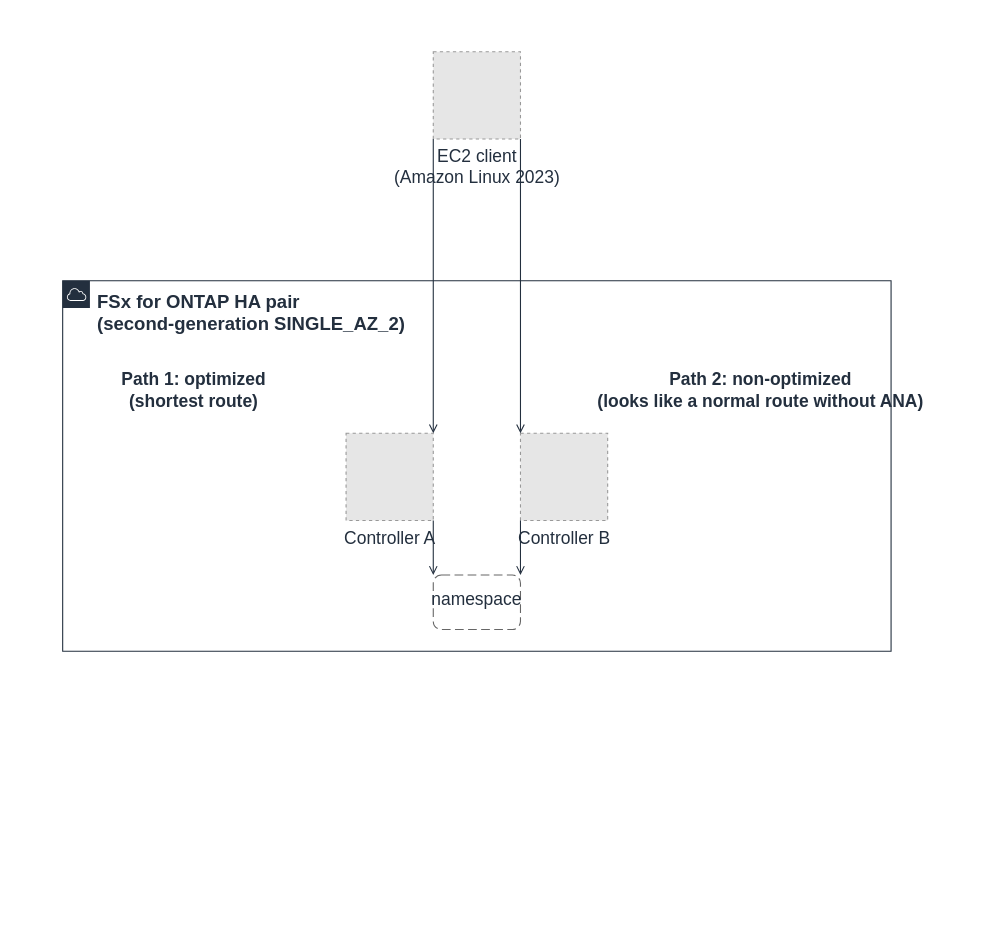
Earlier version of the draw.io diagram docs/_assets/diagrams/s3burst-block-b-multipath-en.drawio (Yoshiki0705/S3-Burst-on-ONTAP-Files). Source tidied: cells renumbered, new cells numbered last; positions are measured from the earlier drawing's top-left corner, leaving out a move shared by most shapes. Both pictures are drawn from the tidied source at 109%, with x=0, y=0 at pixel (40, 51). Pictures stored in the file or linked from it are replaced by grey dashed boxes.
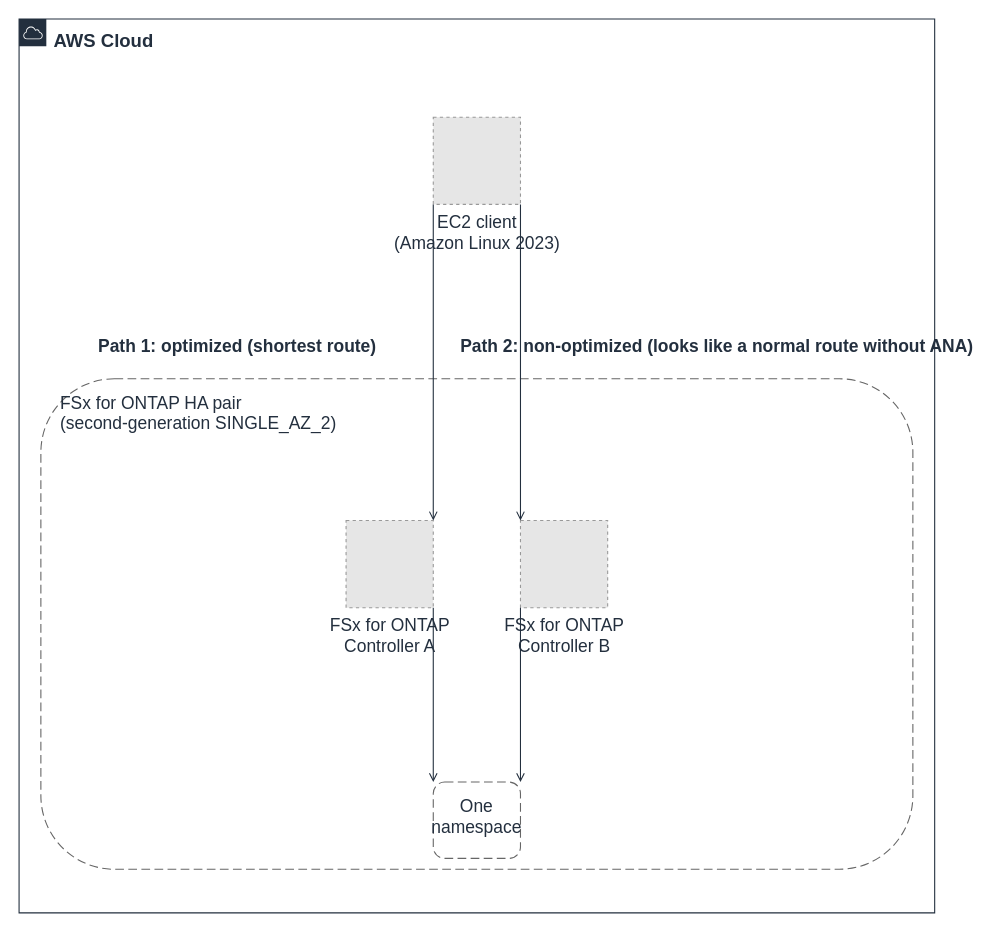
The same diagram, later.

Diff of the diagram source:
```diff
@@
 <mxGraphModel>
   <root>
     <mxCell id="0" />
     <mxCell id="1" parent="0" />
+    <mxCell id="13" value="AWS Cloud" style="gradientColor=none;html=1;whiteSpace=wrap;fontSize=17;fontStyle=1;fontColor=#232F3E;shape=mxgraph.aws4.group;grIcon=mxgraph.aws4.group_aws_cloud;strokeColor=#232F3E;fillColor=none;verticalAlign=top;align=left;spacingLeft=30;spacingTop=4;dashed=0;" parent="1" vertex="1">
+      <mxGeometry x="-20" y="-30" width="840" height="820" as="geometry" />
+    </mxCell>
-    <mxCell id="2" value="FSx for ONTAP HA pair&#10;(second-generation SINGLE_AZ_2)" style="gradientColor=none;html=1;whiteSpace=wrap;fontSize=17;fontStyle=1;fontColor=#232F3E;shape=mxgraph.aws4.group;grIcon=mxgraph.aws4.group_aws_cloud;strokeColor=#232F3E;fillColor=none;verticalAlign=top;align=left;spacingLeft=30;spacingTop=4;dashed=0;" parent="1" vertex="1">
-      <mxGeometry x="20" y="210" width="760" height="340" as="geometry" />
+    <mxCell id="2" value="FSx for ONTAP HA pair&#10;(second-generation SINGLE_AZ_2)" style="rounded=1;whiteSpace=wrap;html=1;dashed=1;dashPattern=8 4;strokeColor=#666666;fillColor=none;fontColor=#232F3E;fontSize=16;verticalAlign=top;align=left;spacingTop=6;spacingLeft=16;" parent="1" vertex="1">
+      <mxGeometry y="300" width="800" height="450" as="geometry" />
     </mxCell>
-    <mxCell id="3" value="namespace" style="rounded=1;whiteSpace=wrap;html=1;dashed=1;dashPattern=8 4;strokeColor=#666666;fillColor=none;fontColor=#232F3E;fontSize=16;verticalAlign=top;align=center;spacingTop=6;" parent="1" vertex="1">
-      <mxGeometry x="360" y="480" width="80" height="50" as="geometry" />
+    <mxCell id="3" value="One namespace" style="rounded=1;whiteSpace=wrap;html=1;dashed=1;dashPattern=8 4;strokeColor=#666666;fillColor=none;fontColor=#232F3E;fontSize=16;verticalAlign=top;align=center;spacingTop=6;" parent="1" vertex="1">
+      <mxGeometry x="360" y="670" width="80" height="70" as="geometry" />
     </mxCell>
-    <mxCell id="4" value="Path 1: optimized&#10;(shortest route)" style="text;html=1;strokeColor=none;fillColor=none;align=center;verticalAlign=middle;fontSize=16;fontStyle=1;fontColor=#232F3E;" parent="1" vertex="1">
-      <mxGeometry y="290" width="280" height="40" as="geometry" />
+    <mxCell id="4" value="Path 1: optimized (shortest route)" style="text;html=1;strokeColor=none;fillColor=none;align=center;verticalAlign=middle;fontSize=16;fontStyle=1;fontColor=#232F3E;" parent="1" vertex="1">
+      <mxGeometry x="-20" y="250" width="400" height="40" as="geometry" />
     </mxCell>
-    <mxCell id="5" value="Path 2: non-optimized&#10;(looks like a normal route without ANA)" style="text;html=1;strokeColor=none;fillColor=none;align=center;verticalAlign=middle;fontSize=16;fontStyle=1;fontColor=#232F3E;" parent="1" vertex="1">
-      <mxGeometry x="520" y="290" width="280" height="40" as="geometry" />
+    <mxCell id="5" value="Path 2: non-optimized (looks like a normal route without ANA)" style="text;html=1;strokeColor=none;fillColor=none;align=center;verticalAlign=middle;fontSize=16;fontStyle=1;fontColor=#232F3E;" parent="1" vertex="1">
+      <mxGeometry x="420" y="250" width="400" height="40" as="geometry" />
     </mxCell>
     <mxCell id="6" value="EC2 client&#10;(Amazon Linux 2023)" style="fillColor=#E6E6E6;strokeColor=#999999;dashed=1;html=1;verticalLabelPosition=bottom;verticalAlign=top;labelPosition=center;align=center;fontSize=16;fontColor=#232F3E;" parent="1" vertex="1">
-      <mxGeometry x="360" width="80" height="80" as="geometry" />
+      <mxGeometry x="360" y="60" width="80" height="80" as="geometry" />
     </mxCell>
-    <mxCell id="7" value="Controller A" style="fillColor=#E6E6E6;strokeColor=#999999;dashed=1;html=1;verticalLabelPosition=bottom;verticalAlign=top;labelPosition=center;align=center;fontSize=16;fontColor=#232F3E;" parent="1" vertex="1">
-      <mxGeometry x="280" y="350" width="80" height="80" as="geometry" />
+    <mxCell id="7" value="FSx for ONTAP&#10;Controller A" style="fillColor=#E6E6E6;strokeColor=#999999;dashed=1;html=1;verticalLabelPosition=bottom;verticalAlign=top;labelPosition=center;align=center;fontSize=16;fontColor=#232F3E;" parent="1" vertex="1">
+      <mxGeometry x="280" y="430" width="80" height="80" as="geometry" />
     </mxCell>
-    <mxCell id="8" value="Controller B" style="fillColor=#E6E6E6;strokeColor=#999999;dashed=1;html=1;verticalLabelPosition=bottom;verticalAlign=top;labelPosition=center;align=center;fontSize=16;fontColor=#232F3E;" parent="1" vertex="1">
-      <mxGeometry x="440" y="350" width="80" height="80" as="geometry" />
+    <mxCell id="8" value="FSx for ONTAP&#10;Controller B" style="fillColor=#E6E6E6;strokeColor=#999999;dashed=1;html=1;verticalLabelPosition=bottom;verticalAlign=top;labelPosition=center;align=center;fontSize=16;fontColor=#232F3E;" parent="1" vertex="1">
+      <mxGeometry x="440" y="430" width="80" height="80" as="geometry" />
     </mxCell>
     <mxCell id="9" style="edgeStyle=orthogonalEdgeStyle;rounded=0;html=1;endArrow=open;endFill=0;strokeColor=#232F3E;strokeWidth=1;fontSize=16;fontColor=#232F3E;exitX=0.0;exitY=1.0;exitDx=0;exitDy=0;entryX=1.0;entryY=0.0;entryDx=0;entryDy=0;" parent="1" edge="1" source="6" target="7">
       <mxGeometry relative="1" as="geometry" />
     </mxCell>
     <mxCell id="10" style="edgeStyle=orthogonalEdgeStyle;rounded=0;html=1;endArrow=open;endFill=0;strokeColor=#232F3E;strokeWidth=1;fontSize=16;fontColor=#232F3E;exitX=1.0;exitY=1.0;exitDx=0;exitDy=0;entryX=0.0;entryY=0.0;entryDx=0;entryDy=0;" parent="1" edge="1" source="6" target="8">
       <mxGeometry relative="1" as="geometry" />
     </mxCell>
     <mxCell id="11" style="edgeStyle=orthogonalEdgeStyle;rounded=0;html=1;endArrow=open;endFill=0;strokeColor=#232F3E;strokeWidth=1;fontSize=16;fontColor=#232F3E;exitX=1.0;exitY=1.0;exitDx=0;exitDy=0;entryX=0.0;entryY=0.0;entryDx=0;entryDy=0;" parent="1" edge="1" source="7" target="3">
       <mxGeometry relative="1" as="geometry" />
     </mxCell>
     <mxCell id="12" style="edgeStyle=orthogonalEdgeStyle;rounded=0;html=1;endArrow=open;endFill=0;strokeColor=#232F3E;strokeWidth=1;fontSize=16;fontColor=#232F3E;exitX=0.0;exitY=1.0;exitDx=0;exitDy=0;entryX=1.0;entryY=0.0;entryDx=0;entryDy=0;" parent="1" edge="1" source="8" target="3">
       <mxGeometry relative="1" as="geometry" />
     </mxCell>
   </root>
 </mxGraphModel>
```
